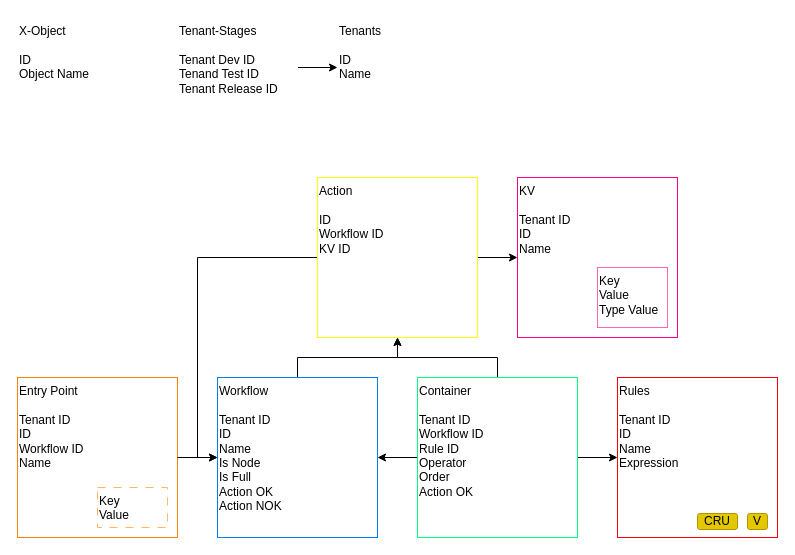
Before: NRule.drawio in edervzz/nrules, a draw.io diagram. Source tidied: cells renumbered, new cells numbered last; positions are measured from the earlier drawing's top-left corner, leaving out a move shared by most shapes. Both pictures are drawn from the tidied source at 100%, with x=0, y=0 at pixel (17, 17).
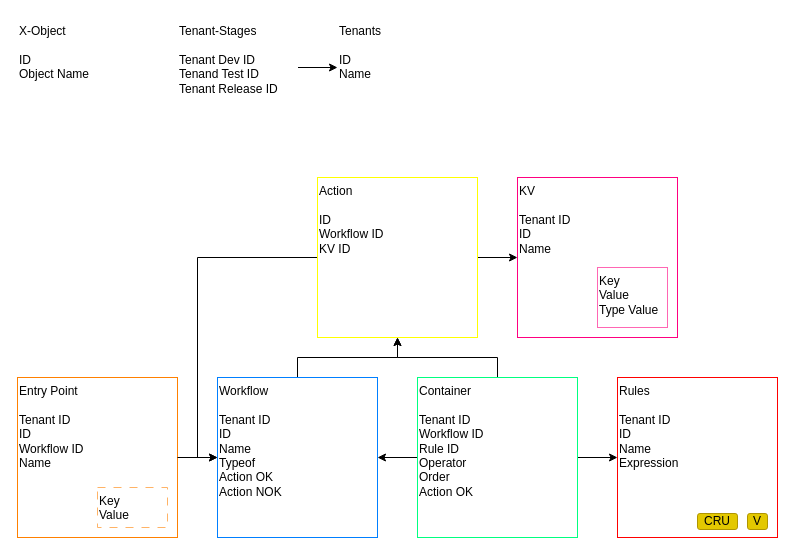
The same page after the edit.

What changed in the source:
```diff
@@
-    <mxCell id="11" value="&lt;span style=&quot;&quot;&gt;Workflow&lt;/span&gt;&lt;br style=&quot;&quot;&gt;&lt;span style=&quot;background-color: initial;&quot;&gt;&lt;br&gt;Tenant ID&lt;/span&gt;&lt;br style=&quot;&quot;&gt;&lt;span style=&quot;background-color: initial;&quot;&gt;ID&lt;/span&gt;&lt;br style=&quot;&quot;&gt;&lt;span style=&quot;background-color: initial;&quot;&gt;Name&lt;br&gt;&lt;/span&gt;Is Node&lt;br&gt;Is Full&lt;br style=&quot;&quot;&gt;&lt;span style=&quot;background-color: initial;&quot;&gt;Action OK&lt;/span&gt;&lt;div&gt;&lt;span style=&quot;background-color: initial;&quot;&gt;Action NOK&lt;/span&gt;&lt;/div&gt;" style="rounded=0;whiteSpace=wrap;html=1;strokeColor=#007FFF;align=left;verticalAlign=top;" parent="1" vertex="1">
+    <mxCell id="11" value="&lt;span style=&quot;&quot;&gt;Workflow&lt;/span&gt;&lt;br style=&quot;&quot;&gt;&lt;span style=&quot;background-color: initial;&quot;&gt;&lt;br&gt;Tenant ID&lt;/span&gt;&lt;br style=&quot;&quot;&gt;&lt;span style=&quot;background-color: initial;&quot;&gt;ID&lt;/span&gt;&lt;br style=&quot;&quot;&gt;&lt;span style=&quot;background-color: initial;&quot;&gt;Name&lt;br&gt;&lt;/span&gt;Typeof&lt;br style=&quot;&quot;&gt;&lt;span style=&quot;background-color: initial;&quot;&gt;Action OK&lt;/span&gt;&lt;div&gt;&lt;span style=&quot;background-color: initial;&quot;&gt;Action NOK&lt;/span&gt;&lt;/div&gt;" style="rounded=0;whiteSpace=wrap;html=1;strokeColor=#007FFF;align=left;verticalAlign=top;" parent="1" vertex="1">
       <mxGeometry x="200" y="360" width="160" height="160" as="geometry" />
     </mxCell>
```
